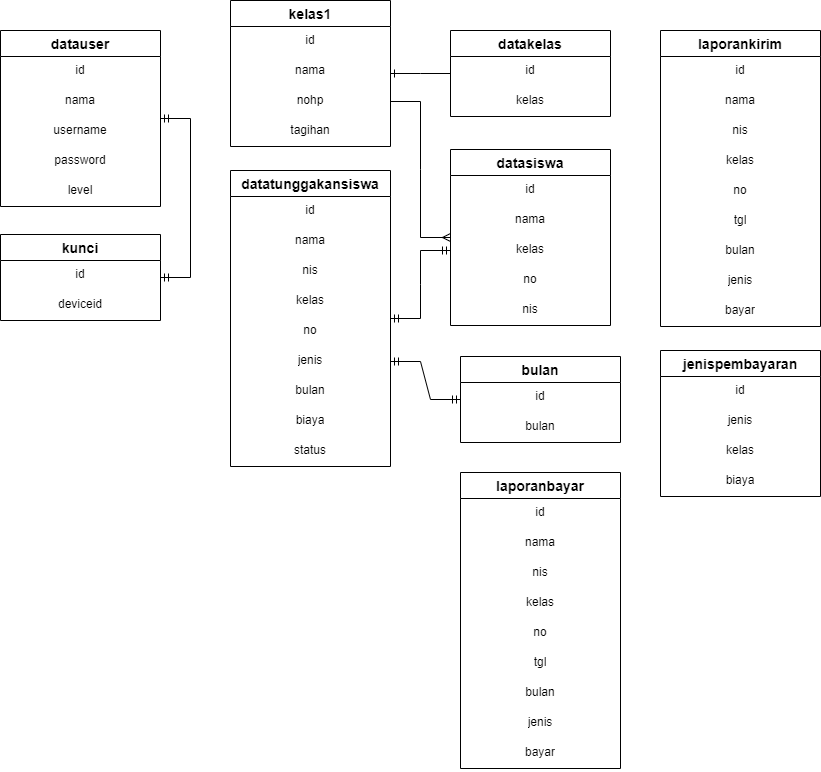
Above: ERD.drawio.png in Dityaren/Diagram (draw.io), before the change. Source tidied: cells renumbered, new cells last; positions are measured from the earlier drawing's top-left corner, leaving out a move shared by most shapes.
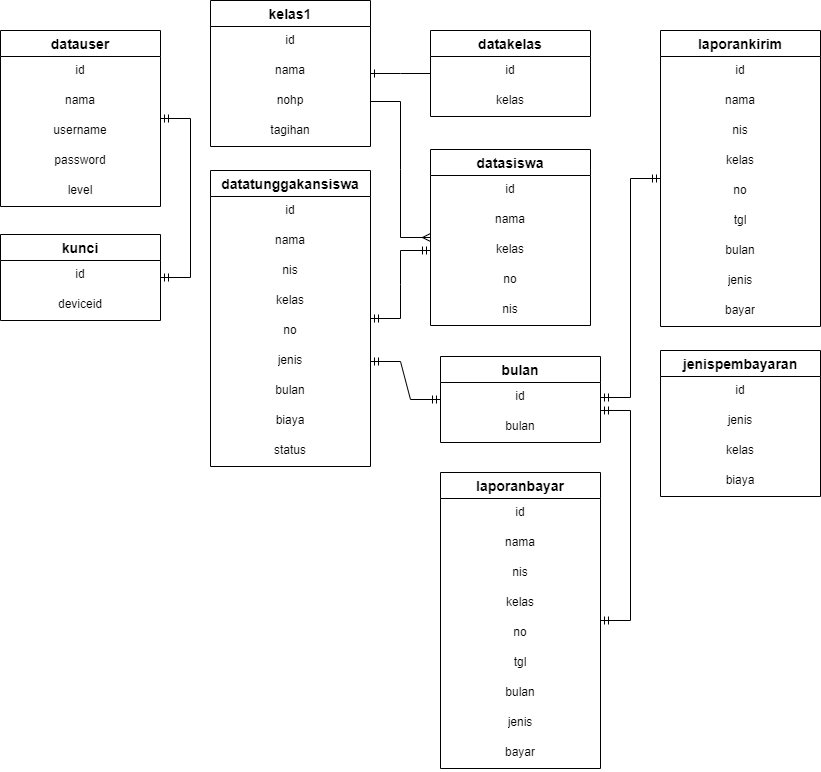
The same file after the commit.

Change to the diagram source:
```diff
@@ -3,7 +3,7 @@
     <mxCell id="0" />
     <mxCell id="1" parent="0" />
     <mxCell id="2" value="datauser" style="swimlane;fontStyle=1;horizontal=1;startSize=26;align=center;fontSize=14;" parent="1" vertex="1">
-      <mxGeometry y="30" width="160" height="176" as="geometry" />
+      <mxGeometry x="20" y="30" width="160" height="176" as="geometry" />
     </mxCell>
     <mxCell id="3" value="id" style="text;strokeColor=none;fillColor=none;spacingLeft=4;spacingRight=4;overflow=hidden;fontSize=12;align=center;" parent="2" vertex="1">
       <mxGeometry y="26" width="160" height="30" as="geometry" />
@@ -21,7 +21,7 @@
       <mxGeometry y="146" width="160" height="30" as="geometry" />
     </mxCell>
     <mxCell id="8" value="kunci" style="swimlane;fontStyle=1;horizontal=1;startSize=26;align=center;fontSize=14;" parent="1" vertex="1">
-      <mxGeometry y="234" width="160" height="86" as="geometry" />
+      <mxGeometry x="20" y="234" width="160" height="86" as="geometry" />
     </mxCell>
     <mxCell id="9" value="id" style="text;strokeColor=none;fillColor=none;spacingLeft=4;spacingRight=4;overflow=hidden;fontSize=12;align=center;" parent="8" vertex="1">
       <mxGeometry y="26" width="160" height="30" as="geometry" />
@@ -66,7 +66,7 @@
       <mxGeometry y="146" width="160" height="30" as="geometry" />
     </mxCell>
     <mxCell id="23" value="laporankirim" style="swimlane;fontStyle=1;horizontal=1;startSize=26;align=center;fontSize=14;" parent="1" vertex="1">
-      <mxGeometry x="660" y="30" width="160" height="296" as="geometry" />
+      <mxGeometry x="680" y="30" width="160" height="296" as="geometry" />
     </mxCell>
     <mxCell id="24" value="id" style="text;strokeColor=none;fillColor=none;spacingLeft=4;spacingRight=4;overflow=hidden;fontSize=12;align=center;" parent="23" vertex="1">
       <mxGeometry y="26" width="160" height="30" as="geometry" />
@@ -141,7 +141,7 @@
       <mxGeometry y="266" width="160" height="30" as="geometry" />
     </mxCell>
     <mxCell id="48" value="jenispembayaran" style="swimlane;fontStyle=1;horizontal=1;startSize=26;align=center;fontSize=14;" parent="1" vertex="1">
-      <mxGeometry x="660" y="350" width="160" height="146" as="geometry" />
+      <mxGeometry x="680" y="350" width="160" height="146" as="geometry" />
     </mxCell>
     <mxCell id="49" value="id" style="text;strokeColor=none;fillColor=none;spacingLeft=4;spacingRight=4;overflow=hidden;fontSize=12;align=center;" parent="48" vertex="1">
       <mxGeometry y="26" width="160" height="30" as="geometry" />
@@ -200,5 +200,11 @@
     <mxCell id="67" style="edgeStyle=entityRelationEdgeStyle;fontSize=12;html=1;endArrow=ERmandOne;startArrow=ERmandOne;rounded=0;" parent="1" edge="1" source="44" target="14">
       <mxGeometry relative="1" as="geometry" />
     </mxCell>
+    <mxCell id="68" style="edgeStyle=entityRelationEdgeStyle;fontSize=12;html=1;endArrow=ERmandOne;startArrow=ERmandOne;rounded=0;entryX=1;entryY=0.933;entryDx=0;entryDy=0;entryPerimeter=0;" parent="1" edge="1" source="53" target="15">
+      <mxGeometry relative="1" as="geometry" />
+    </mxCell>
+    <mxCell id="69" style="edgeStyle=entityRelationEdgeStyle;fontSize=12;html=1;endArrow=ERmandOne;startArrow=ERmandOne;rounded=0;" parent="1" edge="1" source="15" target="23">
+      <mxGeometry relative="1" as="geometry" />
+    </mxCell>
   </root>
 </mxGraphModel>
```
